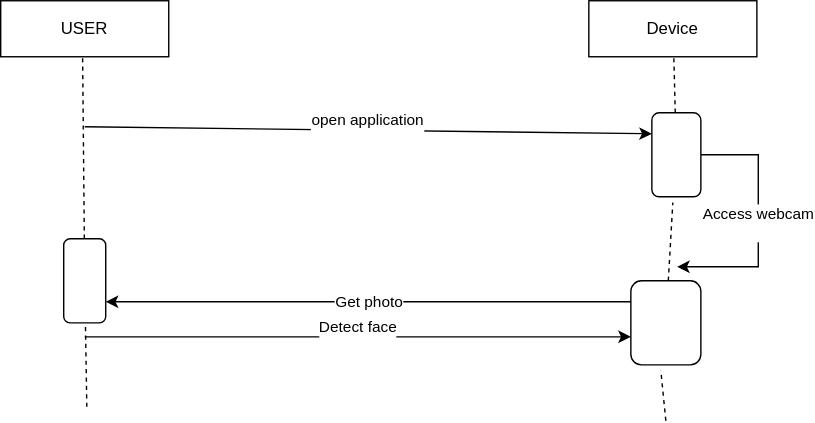
Akansha2004pandey/OOAD-lab keeps this draw.io diagram as Untitled Diagram.drawio.svg. Above is the earlier version. Source tidied: cells renumbered, new cells last; positions are measured from the earlier drawing's top-left corner, leaving out a move shared by most shapes.
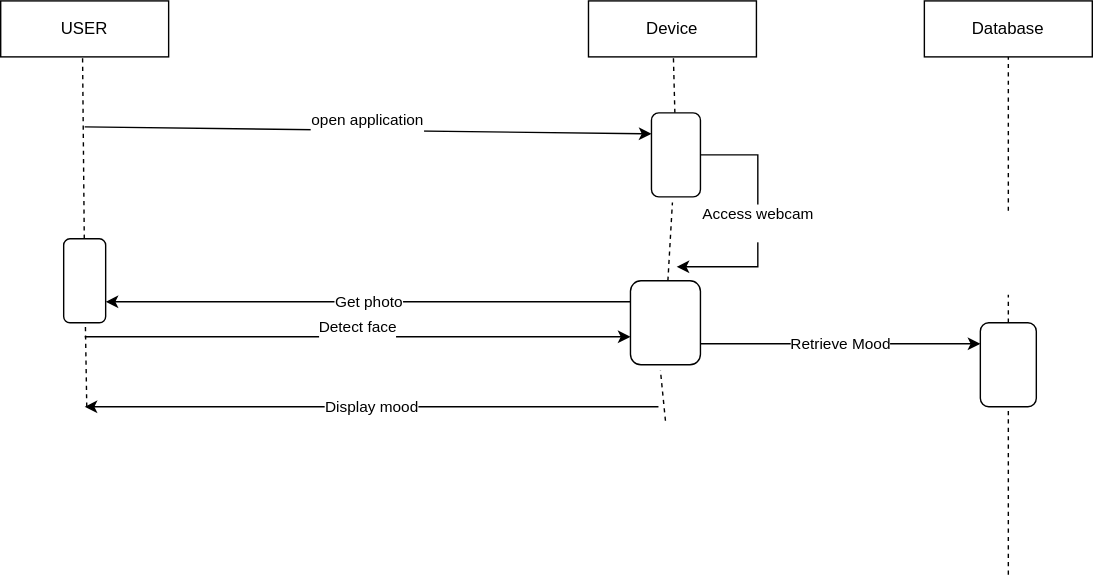
After the commit.

Change to the diagram source:
```diff
@@ -62,5 +62,36 @@
         <mxPoint x="450" y="240" as="targetPoint" />
       </mxGeometry>
     </mxCell>
+    <mxCell id="16" value="Database" style="rounded=0;whiteSpace=wrap;html=1;" parent="1" vertex="1">
+      <mxGeometry x="660" width="120" height="40" as="geometry" />
+    </mxCell>
+    <mxCell id="17" style="endArrow=none;dashed=1;html=1;rounded=0;entryX=0.5;entryY=1;entryDx=0;entryDy=0;" parent="1" edge="1" target="16">
+      <mxGeometry relative="1" as="geometry">
+        <mxPoint x="720" y="150" as="sourcePoint" />
+      </mxGeometry>
+    </mxCell>
+    <mxCell id="18" style="endArrow=none;dashed=1;html=1;rounded=0;entryX=0.5;entryY=1;entryDx=0;entryDy=0;" parent="1" edge="1">
+      <mxGeometry relative="1" as="geometry">
+        <mxPoint x="720" y="410" as="sourcePoint" />
+        <mxPoint x="720" y="210" as="targetPoint" />
+      </mxGeometry>
+    </mxCell>
+    <mxCell id="19" style="endArrow=classic;html=1;rounded=0;exitX=1;exitY=0.75;exitDx=0;exitDy=0;" parent="1" edge="1" source="21">
+      <mxGeometry relative="1" as="geometry">
+        <mxPoint x="720" y="245" as="targetPoint" />
+      </mxGeometry>
+    </mxCell>
+    <mxCell id="20" value="Retrieve Mood" style="endArrow=classic;html=1;rounded=0;exitX=1;exitY=0.75;exitDx=0;exitDy=0;entryX=0;entryY=0.25;entryDx=0;entryDy=0;" parent="1" edge="1" source="12" target="21">
+      <mxGeometry relative="1" as="geometry" />
+    </mxCell>
+    <mxCell id="21" style="rounded=1;whiteSpace=wrap;html=1;" parent="1" vertex="1">
+      <mxGeometry x="700" y="230" width="40" height="60" as="geometry" />
+    </mxCell>
+    <mxCell id="22" value="Display mood" style="endArrow=classic;html=1;rounded=0;" parent="1" edge="1">
+      <mxGeometry relative="1" as="geometry">
+        <mxPoint x="470" y="290" as="sourcePoint" />
+        <mxPoint x="60" y="290" as="targetPoint" />
+      </mxGeometry>
+    </mxCell>
   </root>
 </mxGraphModel>
```
